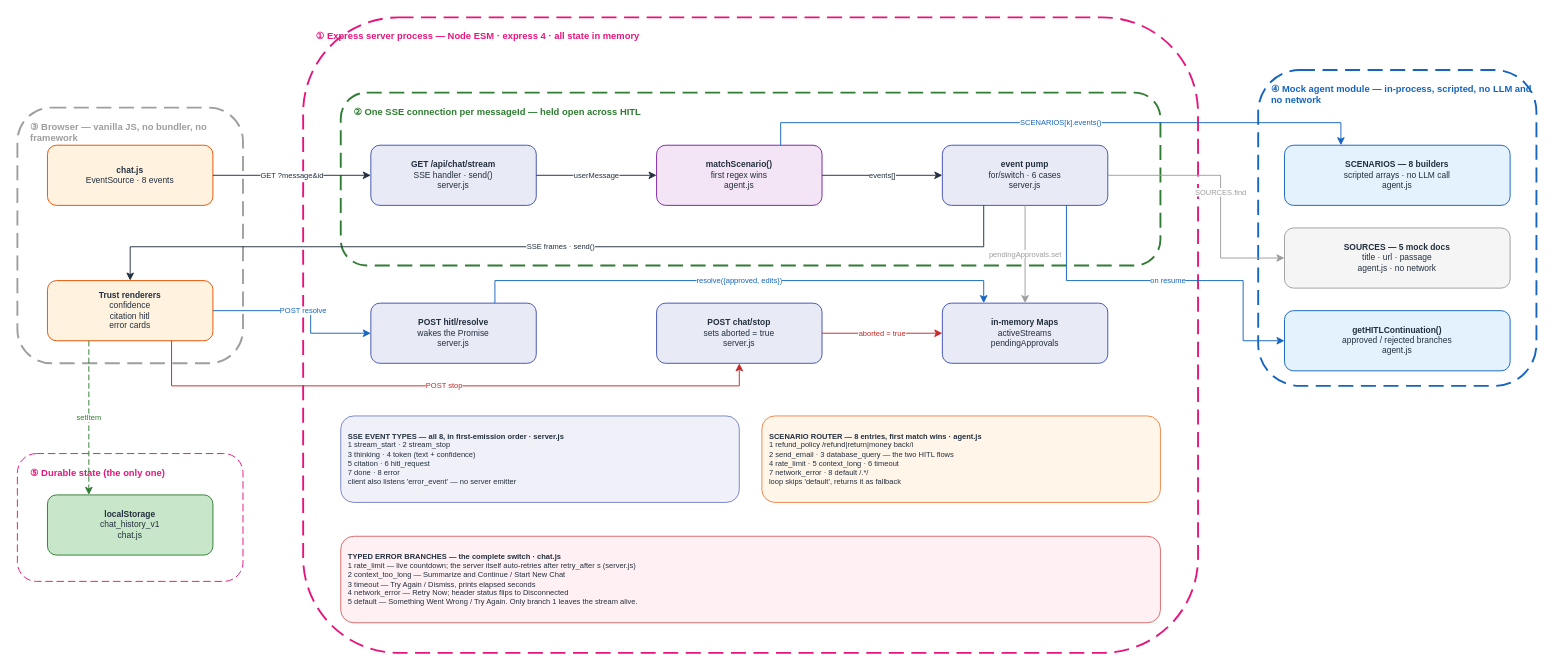
The draw.io diagram docs/diagrams/ai_ux_v1/HOA_AiUx_v1.drawio in gmaheshraju/Hands-on-AgenticAI, before the edit. Source tidied: cells renumbered, new cells numbered last; positions are measured from the earlier drawing's top-left corner, leaving out a move shared by most shapes. Both pictures are drawn from the tidied source at 94%, with x=0, y=0 at pixel (17, 17).
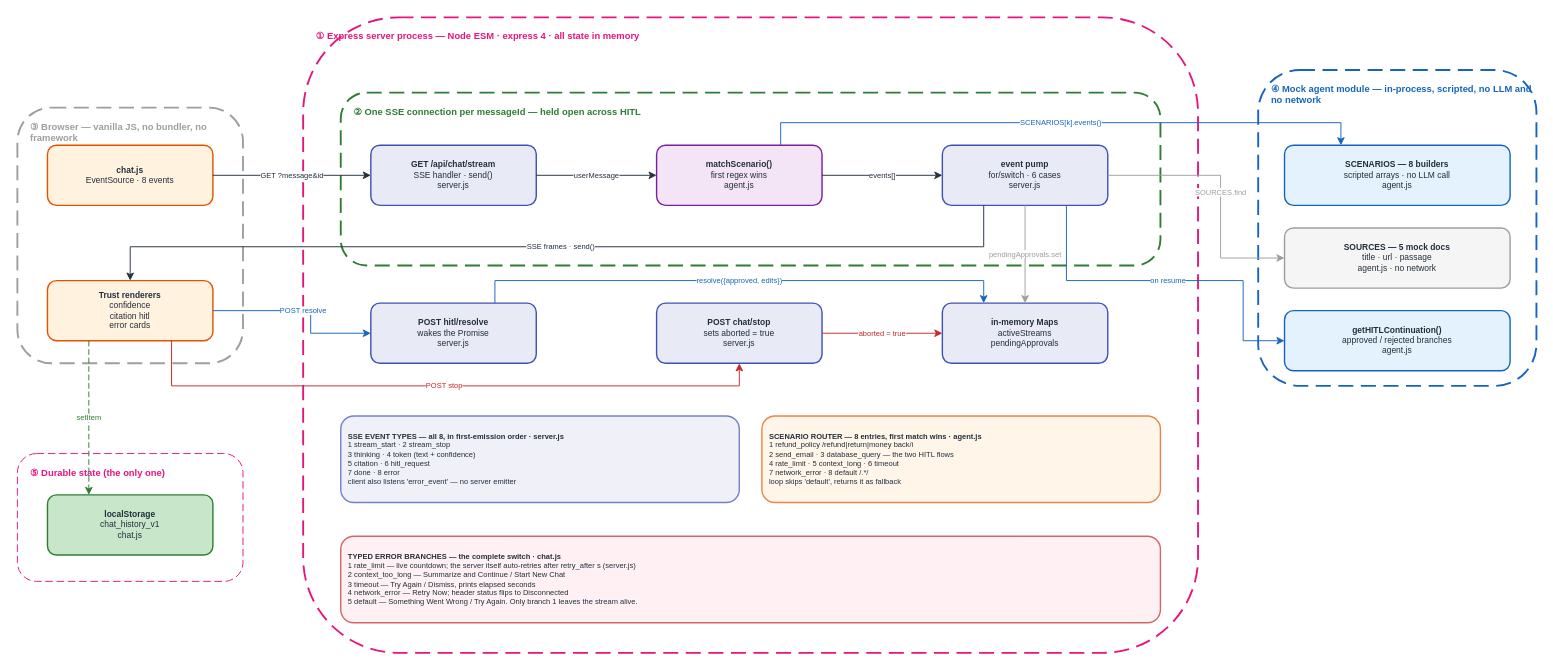
The same page after the edit.

Change to the diagram source:
```diff
@@
-    <mxCell id="12" value="&lt;b&gt;chat.js&lt;/b&gt;&lt;br&gt;EventSource · 8 events&lt;br&gt;" style="rounded=1;fillColor=#FFF3E0;strokeColor=#E65100;fontSize=9;fontColor=#232F3E;html=1;whiteSpace=wrap;align=center;" parent="1" vertex="1">
+    <mxCell id="12" value="&lt;b&gt;chat.js&lt;/b&gt;&lt;br&gt;EventSource · 8 events&lt;br&gt;" style="rounded=1;fillColor=#FFF3E0;strokeColor=#E65100;strokeWidth=1.5;fontSize=9;fontColor=#232F3E;html=1;whiteSpace=wrap;align=center;" parent="1" vertex="1">
       <mxGeometry x="32" y="136" width="176" height="64" as="geometry" />
     </mxCell>
-    <mxCell id="13" value="&lt;b&gt;Trust renderers&lt;/b&gt;&lt;br&gt;confidence&lt;br&gt;citation hitl&lt;br&gt;error cards" style="rounded=1;fillColor=#FFF3E0;strokeColor=#E65100;fontSize=9;fontColor=#232F3E;html=1;whiteSpace=wrap;align=center;" parent="1" vertex="1">
+    <mxCell id="13" value="&lt;b&gt;Trust renderers&lt;/b&gt;&lt;br&gt;confidence&lt;br&gt;citation hitl&lt;br&gt;error cards" style="rounded=1;fillColor=#FFF3E0;strokeColor=#E65100;strokeWidth=1.5;fontSize=9;fontColor=#232F3E;html=1;whiteSpace=wrap;align=center;" parent="1" vertex="1">
       <mxGeometry x="32" y="280" width="176" height="64" as="geometry" />
     </mxCell>
-    <mxCell id="14" value="&lt;b&gt;GET /api/chat/stream&lt;/b&gt;&lt;br&gt;SSE handler · send()&lt;br&gt;server.js" style="rounded=1;fillColor=#E8EAF6;strokeColor=#3F51B5;fontSize=9;fontColor=#232F3E;html=1;whiteSpace=wrap;align=center;" parent="1" vertex="1">
+    <mxCell id="14" value="&lt;b&gt;GET /api/chat/stream&lt;/b&gt;&lt;br&gt;SSE handler · send()&lt;br&gt;server.js" style="rounded=1;fillColor=#E8EAF6;strokeColor=#3F51B5;strokeWidth=1.5;fontSize=9;fontColor=#232F3E;html=1;whiteSpace=wrap;align=center;" parent="1" vertex="1">
       <mxGeometry x="376" y="136" width="176" height="64" as="geometry" />
     </mxCell>
-    <mxCell id="15" value="&lt;b&gt;matchScenario()&lt;/b&gt;&lt;br&gt;first regex wins&lt;br&gt;agent.js" style="rounded=1;fillColor=#F3E5F5;strokeColor=#7B1FA2;fontSize=9;fontColor=#232F3E;html=1;whiteSpace=wrap;align=center;" parent="1" vertex="1">
+    <mxCell id="15" value="&lt;b&gt;matchScenario()&lt;/b&gt;&lt;br&gt;first regex wins&lt;br&gt;agent.js" style="rounded=1;fillColor=#F3E5F5;strokeColor=#7B1FA2;strokeWidth=1.5;fontSize=9;fontColor=#232F3E;html=1;whiteSpace=wrap;align=center;" parent="1" vertex="1">
       <mxGeometry x="680" y="136" width="176" height="64" as="geometry" />
     </mxCell>
-    <mxCell id="16" value="&lt;b&gt;event pump&lt;/b&gt;&lt;br&gt;for/switch · 6 cases&lt;br&gt;server.js" style="rounded=1;fillColor=#E8EAF6;strokeColor=#3F51B5;fontSize=9;fontColor=#232F3E;html=1;whiteSpace=wrap;align=center;" parent="1" vertex="1">
+    <mxCell id="16" value="&lt;b&gt;event pump&lt;/b&gt;&lt;br&gt;for/switch · 6 cases&lt;br&gt;server.js" style="rounded=1;fillColor=#E8EAF6;strokeColor=#3F51B5;strokeWidth=1.5;fontSize=9;fontColor=#232F3E;html=1;whiteSpace=wrap;align=center;" parent="1" vertex="1">
       <mxGeometry x="984" y="136" width="176" height="64" as="geometry" />
     </mxCell>
-    <mxCell id="17" value="&lt;b&gt;POST hitl/resolve&lt;/b&gt;&lt;br&gt;wakes the Promise&lt;br&gt;server.js" style="rounded=1;fillColor=#E8EAF6;strokeColor=#3F51B5;fontSize=9;fontColor=#232F3E;html=1;whiteSpace=wrap;align=center;" parent="1" vertex="1">
+    <mxCell id="17" value="&lt;b&gt;POST hitl/resolve&lt;/b&gt;&lt;br&gt;wakes the Promise&lt;br&gt;server.js" style="rounded=1;fillColor=#E8EAF6;strokeColor=#3F51B5;strokeWidth=1.5;fontSize=9;fontColor=#232F3E;html=1;whiteSpace=wrap;align=center;" parent="1" vertex="1">
       <mxGeometry x="376" y="304" width="176" height="64" as="geometry" />
     </mxCell>
-    <mxCell id="18" value="&lt;b&gt;POST chat/stop&lt;/b&gt;&lt;br&gt;sets aborted = true&lt;br&gt;server.js" style="rounded=1;fillColor=#E8EAF6;strokeColor=#3F51B5;fontSize=9;fontColor=#232F3E;html=1;whiteSpace=wrap;align=center;" parent="1" vertex="1">
+    <mxCell id="18" value="&lt;b&gt;POST chat/stop&lt;/b&gt;&lt;br&gt;sets aborted = true&lt;br&gt;server.js" style="rounded=1;fillColor=#E8EAF6;strokeColor=#3F51B5;strokeWidth=1.5;fontSize=9;fontColor=#232F3E;html=1;whiteSpace=wrap;align=center;" parent="1" vertex="1">
       <mxGeometry x="680" y="304" width="176" height="64" as="geometry" />
     </mxCell>
-    <mxCell id="19" value="&lt;b&gt;in-memory Maps&lt;/b&gt;&lt;br&gt;activeStreams&lt;br&gt;pendingApprovals" style="rounded=1;fillColor=#E8EAF6;strokeColor=#3F51B5;fontSize=9;fontColor=#232F3E;html=1;whiteSpace=wrap;align=center;" parent="1" vertex="1">
+    <mxCell id="19" value="&lt;b&gt;in-memory Maps&lt;/b&gt;&lt;br&gt;activeStreams&lt;br&gt;pendingApprovals" style="rounded=1;fillColor=#E8EAF6;strokeColor=#3F51B5;strokeWidth=1.5;fontSize=9;fontColor=#232F3E;html=1;whiteSpace=wrap;align=center;" parent="1" vertex="1">
       <mxGeometry x="984" y="304" width="176" height="64" as="geometry" />
     </mxCell>
-    <mxCell id="20" value="&lt;b&gt;SCENARIOS — 8 builders&lt;/b&gt;&lt;br&gt;scripted arrays · no LLM call&lt;br&gt;agent.js" style="rounded=1;fillColor=#E3F2FD;strokeColor=#1565C0;fontSize=9;fontColor=#232F3E;html=1;whiteSpace=wrap;align=center;" parent="1" vertex="1">
+    <mxCell id="20" value="&lt;b&gt;SCENARIOS — 8 builders&lt;/b&gt;&lt;br&gt;scripted arrays · no LLM call&lt;br&gt;agent.js" style="rounded=1;fillColor=#E3F2FD;strokeColor=#1565C0;strokeWidth=1.5;fontSize=9;fontColor=#232F3E;html=1;whiteSpace=wrap;align=center;" parent="1" vertex="1">
       <mxGeometry x="1348" y="136" width="240" height="64" as="geometry" />
     </mxCell>
-    <mxCell id="21" value="&lt;b&gt;SOURCES — 5 mock docs&lt;/b&gt;&lt;br&gt;title · url · passage&lt;br&gt;agent.js · no network" style="rounded=1;fillColor=#F5F5F5;strokeColor=#9E9E9E;fontSize=9;fontColor=#232F3E;html=1;whiteSpace=wrap;align=center;" parent="1" vertex="1">
+    <mxCell id="21" value="&lt;b&gt;SOURCES — 5 mock docs&lt;/b&gt;&lt;br&gt;title · url · passage&lt;br&gt;agent.js · no network" style="rounded=1;fillColor=#F5F5F5;strokeColor=#9E9E9E;strokeWidth=1.5;fontSize=9;fontColor=#232F3E;html=1;whiteSpace=wrap;align=center;" parent="1" vertex="1">
       <mxGeometry x="1348" y="224" width="240" height="64" as="geometry" />
     </mxCell>
-    <mxCell id="22" value="&lt;b&gt;getHITLContinuation()&lt;/b&gt;&lt;br&gt;approved / rejected branches&lt;br&gt;agent.js" style="rounded=1;fillColor=#E3F2FD;strokeColor=#1565C0;fontSize=9;fontColor=#232F3E;html=1;whiteSpace=wrap;align=center;" parent="1" vertex="1">
+    <mxCell id="22" value="&lt;b&gt;getHITLContinuation()&lt;/b&gt;&lt;br&gt;approved / rejected branches&lt;br&gt;agent.js" style="rounded=1;fillColor=#E3F2FD;strokeColor=#1565C0;strokeWidth=1.5;fontSize=9;fontColor=#232F3E;html=1;whiteSpace=wrap;align=center;" parent="1" vertex="1">
       <mxGeometry x="1348" y="312" width="240" height="64" as="geometry" />
     </mxCell>
-    <mxCell id="23" value="&lt;b&gt;localStorage&lt;/b&gt;&lt;br&gt;chat_history_v1&lt;br&gt;chat.js" style="rounded=1;fillColor=#C8E6C9;strokeColor=#2E7D32;fontSize=9;fontColor=#232F3E;html=1;whiteSpace=wrap;align=center;" parent="1" vertex="1">
+    <mxCell id="23" value="&lt;b&gt;localStorage&lt;/b&gt;&lt;br&gt;chat_history_v1&lt;br&gt;chat.js" style="rounded=1;fillColor=#C8E6C9;strokeColor=#2E7D32;strokeWidth=1.5;fontSize=9;fontColor=#232F3E;html=1;whiteSpace=wrap;align=center;" parent="1" vertex="1">
       <mxGeometry x="32" y="508" width="176" height="64" as="geometry" />
     </mxCell>
-    <mxCell id="24" value="&lt;b&gt;SSE EVENT TYPES — all 8, in first-emission order · server.js&lt;/b&gt;&lt;br&gt;1 stream_start · 2 stream_stop&lt;br&gt;3 thinking · 4 token (text + confidence)&lt;br&gt;5 citation · 6 hitl_request&lt;br&gt;7 done · 8 error&lt;br&gt;client also listens 'error_event' — no server emitter" style="rounded=1;fillColor=#E8EAF6;strokeColor=#3F51B5;fontSize=8;fontColor=#232F3E;html=1;whiteSpace=wrap;align=left;spacingLeft=6;opacity=70;" parent="1" vertex="1">
+    <mxCell id="24" value="&lt;b&gt;SSE EVENT TYPES — all 8, in first-emission order · server.js&lt;/b&gt;&lt;br&gt;1 stream_start · 2 stream_stop&lt;br&gt;3 thinking · 4 token (text + confidence)&lt;br&gt;5 citation · 6 hitl_request&lt;br&gt;7 done · 8 error&lt;br&gt;client also listens 'error_event' — no server emitter" style="rounded=1;fillColor=#E8EAF6;strokeColor=#3F51B5;strokeWidth=1.5;fontSize=8;fontColor=#232F3E;html=1;whiteSpace=wrap;align=left;spacingLeft=6;opacity=70;" parent="1" vertex="1">
       <mxGeometry x="344" y="424" width="424" height="92" as="geometry" />
     </mxCell>
-    <mxCell id="25" value="&lt;b&gt;SCENARIO ROUTER — 8 entries, first match wins · agent.js&lt;/b&gt;&lt;br&gt;1 refund_policy /refund|return|money back/i&lt;br&gt;2 send_email · 3 database_query — the two HITL flows&lt;br&gt;4 rate_limit · 5 context_long · 6 timeout&lt;br&gt;7 network_error · 8 default /.*/&lt;br&gt;loop skips 'default', returns it as fallback" style="rounded=1;fillColor=#FFF3E0;strokeColor=#E65100;fontSize=8;fontColor=#232F3E;html=1;whiteSpace=wrap;align=left;spacingLeft=6;opacity=70;" parent="1" vertex="1">
+    <mxCell id="25" value="&lt;b&gt;SCENARIO ROUTER — 8 entries, first match wins · agent.js&lt;/b&gt;&lt;br&gt;1 refund_policy /refund|return|money back/i&lt;br&gt;2 send_email · 3 database_query — the two HITL flows&lt;br&gt;4 rate_limit · 5 context_long · 6 timeout&lt;br&gt;7 network_error · 8 default /.*/&lt;br&gt;loop skips 'default', returns it as fallback" style="rounded=1;fillColor=#FFF3E0;strokeColor=#E65100;strokeWidth=1.5;fontSize=8;fontColor=#232F3E;html=1;whiteSpace=wrap;align=left;spacingLeft=6;opacity=70;" parent="1" vertex="1">
       <mxGeometry x="792" y="424" width="424" height="92" as="geometry" />
     </mxCell>
-    <mxCell id="26" value="&lt;b&gt;TYPED ERROR BRANCHES — the complete switch · chat.js&lt;/b&gt;&lt;br&gt;1 rate_limit — live countdown; the server itself auto-retries after retry_after s (server.js)&lt;br&gt;2 context_too_long — Summarize and Continue / Start New Chat&lt;br&gt;3 timeout — Try Again / Dismiss, prints elapsed seconds&lt;br&gt;4 network_error — Retry Now; header status flips to Disconnected&lt;br&gt;5 default — Something Went Wrong / Try Again. Only branch 1 leaves the stream alive." style="rounded=1;fillColor=#FFEBEE;strokeColor=#C62828;fontSize=8;fontColor=#232F3E;html=1;whiteSpace=wrap;align=left;spacingLeft=6;opacity=70;" parent="1" vertex="1">
+    <mxCell id="26" value="&lt;b&gt;TYPED ERROR BRANCHES — the complete switch · chat.js&lt;/b&gt;&lt;br&gt;1 rate_limit — live countdown; the server itself auto-retries after retry_after s (server.js)&lt;br&gt;2 context_too_long — Summarize and Continue / Start New Chat&lt;br&gt;3 timeout — Try Again / Dismiss, prints elapsed seconds&lt;br&gt;4 network_error — Retry Now; header status flips to Disconnected&lt;br&gt;5 default — Something Went Wrong / Try Again. Only branch 1 leaves the stream alive." style="rounded=1;fillColor=#FFEBEE;strokeColor=#C62828;strokeWidth=1.5;fontSize=8;fontColor=#232F3E;html=1;whiteSpace=wrap;align=left;spacingLeft=6;opacity=70;" parent="1" vertex="1">
       <mxGeometry x="344" y="552" width="872" height="92" as="geometry" />
     </mxCell>
```
